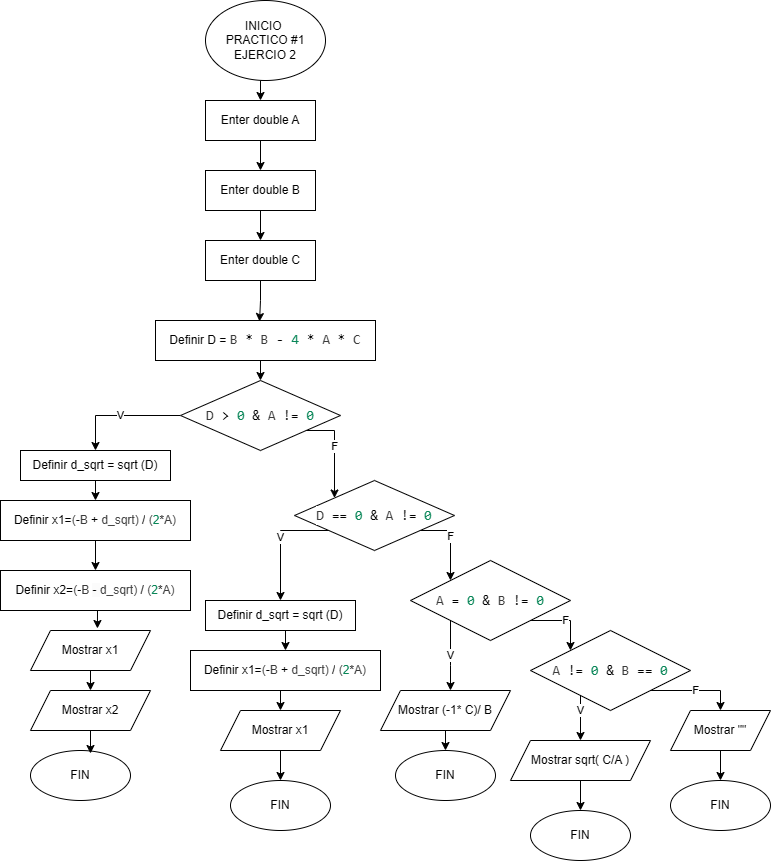
Above: Pract1 Eje2.drawio.png in D4ri4na/DiagramasDeFlujo (draw.io), before the change. Source tidied: cells renumbered, new cells last; positions are measured from the earlier drawing's top-left corner, leaving out a move shared by most shapes.
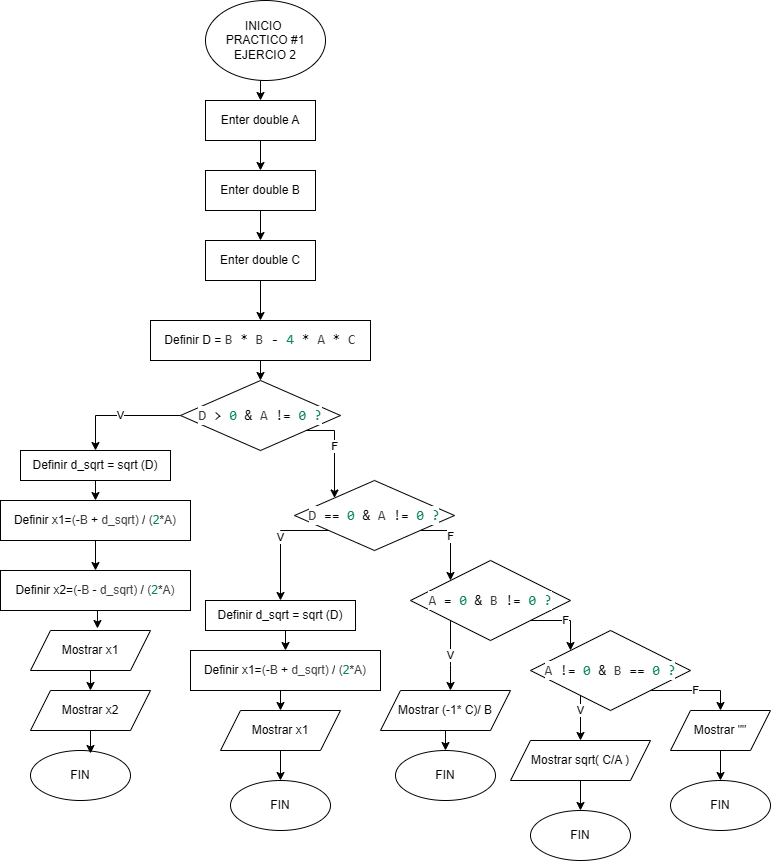
After the commit.

Change to the diagram source:
```diff
@@ -20,6 +20,9 @@
     <mxCell id="7" value="Enter double B" style="rounded=0;whiteSpace=wrap;html=1;" parent="1" vertex="1">
       <mxGeometry x="205" y="170" width="110" height="40" as="geometry" />
     </mxCell>
+    <mxCell id="50" style="edgeStyle=orthogonalEdgeStyle;rounded=0;jettySize=auto;html=1;exitX=0.5;exitY=1;exitDx=0;exitDy=0;entryX=0.5;entryY=0;entryDx=0;entryDy=0;" parent="1" edge="1" source="8" target="13">
+      <mxGeometry relative="1" as="geometry" />
+    </mxCell>
     <mxCell id="8" value="Enter double C" style="rounded=0;whiteSpace=wrap;html=1;" parent="1" vertex="1">
       <mxGeometry x="205" y="240" width="110" height="40" as="geometry" />
     </mxCell>
@@ -34,7 +37,7 @@
         </Array>
       </mxGeometry>
     </mxCell>
-    <mxCell id="11" value="&lt;div style=&quot;color: rgb(59, 59, 59); background-color: rgb(255, 255, 255); font-family: Consolas, &amp;quot;Courier New&amp;quot;, monospace; font-size: 14px; line-height: 19px; white-space: pre;&quot;&gt;D &lt;span style=&quot;color: #000000;&quot;&gt;&amp;gt;&lt;/span&gt; &lt;span style=&quot;color: #098658;&quot;&gt;0&lt;/span&gt; &lt;span style=&quot;color: #000000;&quot;&gt;&amp;amp;&lt;/span&gt; A &lt;span style=&quot;color: #000000;&quot;&gt;!=&lt;/span&gt; &lt;span style=&quot;color: #098658;&quot;&gt;0&lt;/span&gt;&lt;/div&gt;" style="rhombus;whiteSpace=wrap;html=1;" parent="1" vertex="1">
+    <mxCell id="11" value="&lt;div style=&quot;color: rgb(59, 59, 59); background-color: rgb(255, 255, 255); font-family: Consolas, &amp;quot;Courier New&amp;quot;, monospace; font-size: 14px; line-height: 19px; white-space: pre;&quot;&gt;D &lt;span style=&quot;color: #000000;&quot;&gt;&amp;gt;&lt;/span&gt; &lt;span style=&quot;color: #098658;&quot;&gt;0&lt;/span&gt; &lt;span style=&quot;color: #000000;&quot;&gt;&amp;amp;&lt;/span&gt; A &lt;span style=&quot;color: #000000;&quot;&gt;!=&lt;/span&gt; &lt;span style=&quot;color: #098658;&quot;&gt;0 ?&lt;/span&gt;&lt;/div&gt;" style="rhombus;whiteSpace=wrap;html=1;" parent="1" vertex="1">
       <mxGeometry x="180" y="380" width="160" height="70" as="geometry" />
     </mxCell>
     <mxCell id="12" style="edgeStyle=orthogonalEdgeStyle;rounded=0;jettySize=auto;html=1;exitX=0.5;exitY=1;exitDx=0;exitDy=0;entryX=0.5;entryY=0;entryDx=0;entryDy=0;" parent="1" edge="1" source="13" target="11">
@@ -45,7 +48,7 @@
       </mxGeometry>
     </mxCell>
     <mxCell id="13" value="Definir D =&amp;nbsp;&lt;span style=&quot;background-color: rgb(255, 255, 255); color: rgb(59, 59, 59); font-family: Consolas, &amp;quot;Courier New&amp;quot;, monospace; font-size: 14px; white-space: pre;&quot;&gt;B &lt;/span&gt;&lt;span style=&quot;font-family: Consolas, &amp;quot;Courier New&amp;quot;, monospace; font-size: 14px; white-space: pre;&quot;&gt;*&lt;/span&gt;&lt;span style=&quot;background-color: rgb(255, 255, 255); color: rgb(59, 59, 59); font-family: Consolas, &amp;quot;Courier New&amp;quot;, monospace; font-size: 14px; white-space: pre;&quot;&gt; B &lt;/span&gt;&lt;span style=&quot;font-family: Consolas, &amp;quot;Courier New&amp;quot;, monospace; font-size: 14px; white-space: pre;&quot;&gt;-&lt;/span&gt;&lt;span style=&quot;background-color: rgb(255, 255, 255); color: rgb(59, 59, 59); font-family: Consolas, &amp;quot;Courier New&amp;quot;, monospace; font-size: 14px; white-space: pre;&quot;&gt; &lt;/span&gt;&lt;span style=&quot;font-family: Consolas, &amp;quot;Courier New&amp;quot;, monospace; font-size: 14px; white-space: pre; color: rgb(9, 134, 88);&quot;&gt;4&lt;/span&gt;&lt;span style=&quot;background-color: rgb(255, 255, 255); color: rgb(59, 59, 59); font-family: Consolas, &amp;quot;Courier New&amp;quot;, monospace; font-size: 14px; white-space: pre;&quot;&gt; &lt;/span&gt;&lt;span style=&quot;font-family: Consolas, &amp;quot;Courier New&amp;quot;, monospace; font-size: 14px; white-space: pre;&quot;&gt;*&lt;/span&gt;&lt;span style=&quot;background-color: rgb(255, 255, 255); color: rgb(59, 59, 59); font-family: Consolas, &amp;quot;Courier New&amp;quot;, monospace; font-size: 14px; white-space: pre;&quot;&gt; A &lt;/span&gt;&lt;span style=&quot;font-family: Consolas, &amp;quot;Courier New&amp;quot;, monospace; font-size: 14px; white-space: pre;&quot;&gt;*&lt;/span&gt;&lt;span style=&quot;background-color: rgb(255, 255, 255); color: rgb(59, 59, 59); font-family: Consolas, &amp;quot;Courier New&amp;quot;, monospace; font-size: 14px; white-space: pre;&quot;&gt; C&lt;/span&gt;" style="rounded=0;whiteSpace=wrap;html=1;" parent="1" vertex="1">
-      <mxGeometry x="155" y="320" width="220" height="40" as="geometry" />
+      <mxGeometry x="150" y="320" width="220" height="40" as="geometry" />
     </mxCell>
     <mxCell id="14" style="edgeStyle=orthogonalEdgeStyle;rounded=0;jettySize=auto;html=1;exitX=0.5;exitY=1;exitDx=0;exitDy=0;entryX=0.5;entryY=0;entryDx=0;entryDy=0;" parent="1" edge="1" source="15" target="16">
       <mxGeometry relative="1" as="geometry" />
@@ -93,7 +96,7 @@
         </Array>
       </mxGeometry>
     </mxCell>
-    <mxCell id="26" value="&lt;div style=&quot;color: rgb(59, 59, 59); background-color: rgb(255, 255, 255); font-family: Consolas, &amp;quot;Courier New&amp;quot;, monospace; font-size: 14px; line-height: 19px; white-space: pre;&quot;&gt;&lt;div style=&quot;line-height: 19px;&quot;&gt;D &lt;span style=&quot;color: #000000;&quot;&gt;== &lt;/span&gt;&lt;span style=&quot;color: #098658;&quot;&gt;0&lt;/span&gt; &lt;span style=&quot;color: #000000;&quot;&gt;&amp;amp;&lt;/span&gt; A &lt;span style=&quot;color: #000000;&quot;&gt;!=&lt;/span&gt; &lt;span style=&quot;color: #098658;&quot;&gt;0&lt;/span&gt;&lt;/div&gt;&lt;/div&gt;" style="rhombus;whiteSpace=wrap;html=1;" parent="1" vertex="1">
+    <mxCell id="26" value="&lt;div style=&quot;color: rgb(59, 59, 59); background-color: rgb(255, 255, 255); font-family: Consolas, &amp;quot;Courier New&amp;quot;, monospace; font-size: 14px; line-height: 19px; white-space: pre;&quot;&gt;&lt;div style=&quot;line-height: 19px;&quot;&gt;D &lt;span style=&quot;color: #000000;&quot;&gt;== &lt;/span&gt;&lt;span style=&quot;color: #098658;&quot;&gt;0&lt;/span&gt; &lt;span style=&quot;color: #000000;&quot;&gt;&amp;amp;&lt;/span&gt; A &lt;span style=&quot;color: #000000;&quot;&gt;!=&lt;/span&gt; &lt;span style=&quot;color: #098658;&quot;&gt;0 ?&lt;/span&gt;&lt;/div&gt;&lt;/div&gt;" style="rhombus;whiteSpace=wrap;html=1;" parent="1" vertex="1">
       <mxGeometry x="294" y="480" width="160" height="70" as="geometry" />
     </mxCell>
     <mxCell id="27" style="edgeStyle=orthogonalEdgeStyle;rounded=0;jettySize=auto;html=1;exitX=0.5;exitY=1;exitDx=0;exitDy=0;entryX=0.5;entryY=0;entryDx=0;entryDy=0;" parent="1" edge="1" source="28" target="32">
@@ -132,7 +135,7 @@
         </Array>
       </mxGeometry>
     </mxCell>
-    <mxCell id="37" value="&lt;div style=&quot;color: rgb(59, 59, 59); background-color: rgb(255, 255, 255); font-family: Consolas, &amp;quot;Courier New&amp;quot;, monospace; font-size: 14px; line-height: 19px; white-space: pre;&quot;&gt;&lt;div style=&quot;line-height: 19px;&quot;&gt;&lt;div style=&quot;line-height: 19px;&quot;&gt;A &lt;span style=&quot;color: #000000;&quot;&gt;= &lt;/span&gt;&lt;span style=&quot;color: #098658;&quot;&gt;0&lt;/span&gt; &lt;span style=&quot;color: #000000;&quot;&gt;&amp;amp;&lt;/span&gt; B &lt;span style=&quot;color: #000000;&quot;&gt;!= &lt;/span&gt;&lt;span style=&quot;color: #098658;&quot;&gt;0&lt;/span&gt;&lt;/div&gt;&lt;/div&gt;&lt;/div&gt;" style="rhombus;whiteSpace=wrap;html=1;" parent="1" vertex="1">
+    <mxCell id="37" value="&lt;div style=&quot;color: rgb(59, 59, 59); background-color: rgb(255, 255, 255); font-family: Consolas, &amp;quot;Courier New&amp;quot;, monospace; font-size: 14px; line-height: 19px; white-space: pre;&quot;&gt;&lt;div style=&quot;line-height: 19px;&quot;&gt;&lt;div style=&quot;line-height: 19px;&quot;&gt;A &lt;span style=&quot;color: #000000;&quot;&gt;= &lt;/span&gt;&lt;span style=&quot;color: #098658;&quot;&gt;0&lt;/span&gt; &lt;span style=&quot;color: #000000;&quot;&gt;&amp;amp;&lt;/span&gt; B &lt;span style=&quot;color: #000000;&quot;&gt;!= &lt;/span&gt;&lt;span style=&quot;color: #098658;&quot;&gt;0 ?&lt;/span&gt;&lt;/div&gt;&lt;/div&gt;&lt;/div&gt;" style="rhombus;whiteSpace=wrap;html=1;" parent="1" vertex="1">
       <mxGeometry x="410" y="560" width="160" height="80" as="geometry" />
     </mxCell>
     <mxCell id="38" style="edgeStyle=orthogonalEdgeStyle;rounded=0;jettySize=auto;html=1;exitX=0.5;exitY=1;exitDx=0;exitDy=0;entryX=0.5;entryY=0;entryDx=0;entryDy=0;" parent="1" edge="1" source="39" target="40">
@@ -158,7 +161,7 @@
         </Array>
       </mxGeometry>
     </mxCell>
-    <mxCell id="43" value="&lt;div style=&quot;color: rgb(59, 59, 59); background-color: rgb(255, 255, 255); font-family: Consolas, &amp;quot;Courier New&amp;quot;, monospace; font-size: 14px; line-height: 19px; white-space: pre;&quot;&gt;&lt;div style=&quot;line-height: 19px;&quot;&gt;&lt;div style=&quot;line-height: 19px;&quot;&gt;&lt;div style=&quot;line-height: 19px;&quot;&gt;A &lt;span style=&quot;color: #000000;&quot;&gt;!= &lt;/span&gt;&lt;span style=&quot;color: #098658;&quot;&gt;0&lt;/span&gt; &lt;span style=&quot;color: #000000;&quot;&gt;&amp;amp;&lt;/span&gt; B &lt;span style=&quot;color: #000000;&quot;&gt;== &lt;/span&gt;&lt;span style=&quot;color: #098658;&quot;&gt;0&lt;/span&gt;&lt;/div&gt;&lt;/div&gt;&lt;/div&gt;&lt;/div&gt;" style="rhombus;whiteSpace=wrap;html=1;" parent="1" vertex="1">
+    <mxCell id="43" value="&lt;div style=&quot;color: rgb(59, 59, 59); background-color: rgb(255, 255, 255); font-family: Consolas, &amp;quot;Courier New&amp;quot;, monospace; font-size: 14px; line-height: 19px; white-space: pre;&quot;&gt;&lt;div style=&quot;line-height: 19px;&quot;&gt;&lt;div style=&quot;line-height: 19px;&quot;&gt;&lt;div style=&quot;line-height: 19px;&quot;&gt;A &lt;span style=&quot;color: #000000;&quot;&gt;!= &lt;/span&gt;&lt;span style=&quot;color: #098658;&quot;&gt;0&lt;/span&gt; &lt;span style=&quot;color: #000000;&quot;&gt;&amp;amp;&lt;/span&gt; B &lt;span style=&quot;color: #000000;&quot;&gt;== &lt;/span&gt;&lt;span style=&quot;color: #098658;&quot;&gt;0 ?&lt;/span&gt;&lt;/div&gt;&lt;/div&gt;&lt;/div&gt;&lt;/div&gt;" style="rhombus;whiteSpace=wrap;html=1;" parent="1" vertex="1">
       <mxGeometry x="530" y="630" width="160" height="80" as="geometry" />
     </mxCell>
     <mxCell id="44" style="edgeStyle=orthogonalEdgeStyle;rounded=0;jettySize=auto;html=1;exitX=0.5;exitY=1;exitDx=0;exitDy=0;entryX=0.5;entryY=0;entryDx=0;entryDy=0;" parent="1" edge="1" source="45" target="46">
@@ -179,8 +182,5 @@
     <mxCell id="49" value="FIN" style="ellipse;whiteSpace=wrap;html=1;" parent="1" vertex="1">
       <mxGeometry x="670" y="780" width="100" height="50" as="geometry" />
     </mxCell>
-    <mxCell id="50" style="edgeStyle=orthogonalEdgeStyle;rounded=0;jettySize=auto;html=1;exitX=0.5;exitY=1;exitDx=0;exitDy=0;entryX=0.473;entryY=0.025;entryDx=0;entryDy=0;entryPerimeter=0;" parent="1" edge="1" source="8" target="13">
-      <mxGeometry relative="1" as="geometry" />
-    </mxCell>
   </root>
 </mxGraphModel>
```
